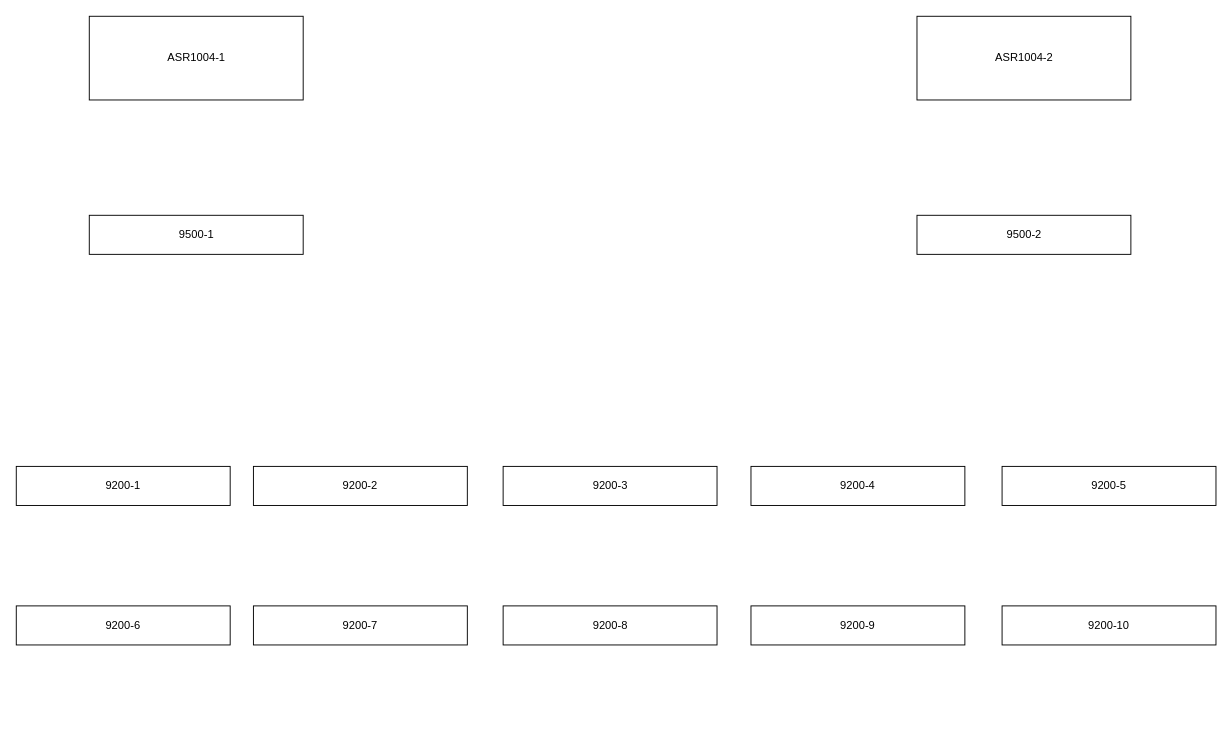
Before: template.drawio in graham-grant/autotop-awx, a draw.io diagram. Source tidied: cells renumbered, new cells numbered last; positions are measured from the earlier drawing's top-left corner, leaving out a move shared by most shapes. Both pictures are drawn from the tidied source at 93%, with x=0, y=0 at pixel (16, 16).
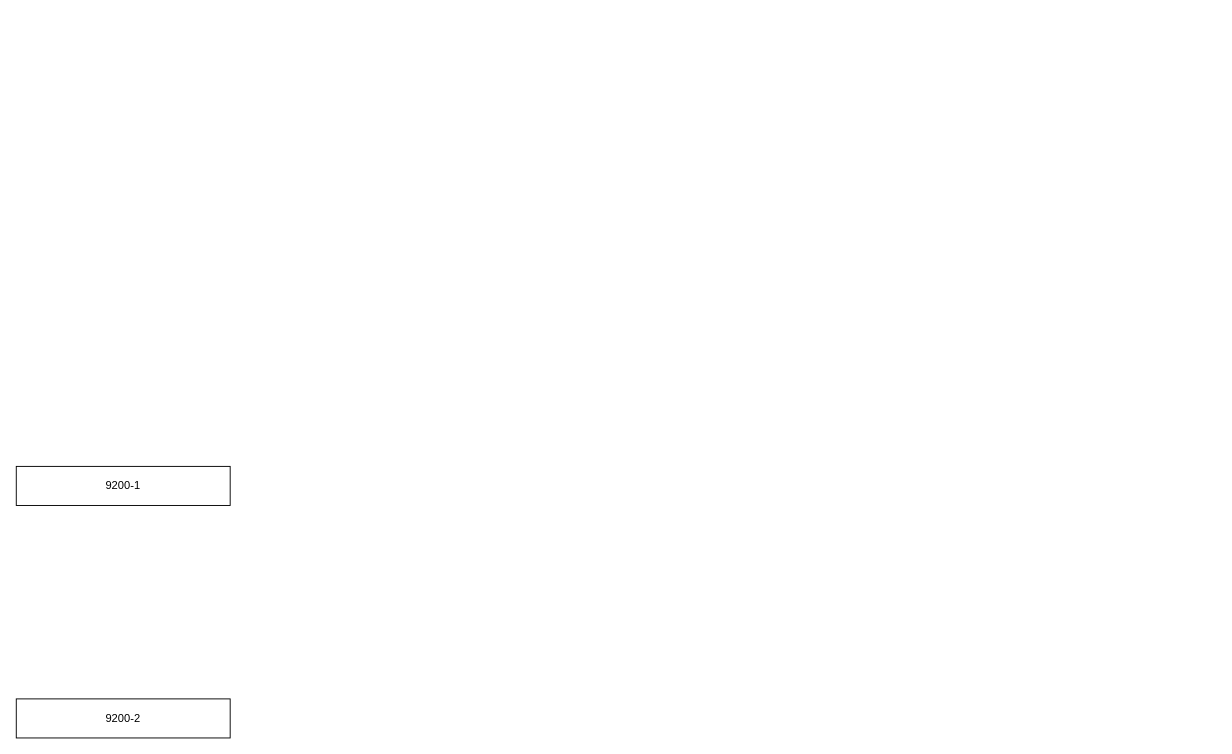
Above is the later version.

Diff of the diagram source:
```diff
@@
 <mxGraphModel>
   <root>
     <mxCell id="0" />
     <mxCell id="1" parent="0" />
     <mxCell id="2" value="9200-1" style="rounded=0;whiteSpace=wrap;html=1;" parent="1" vertex="1">
       <mxGeometry y="484" width="230" height="42" as="geometry" />
     </mxCell>
-    <mxCell id="3" value="9200-10" style="rounded=0;whiteSpace=wrap;html=1;" parent="1" vertex="1">
-      <mxGeometry x="1060" y="634" width="230" height="42" as="geometry" />
-    </mxCell>
     <mxCell id="4" value="9200-2" style="rounded=0;whiteSpace=wrap;html=1;" parent="1" vertex="1">
-      <mxGeometry x="255" y="484" width="230" height="42" as="geometry" />
+      <mxGeometry y="734" width="230" height="42" as="geometry" />
     </mxCell>
-    <mxCell id="5" value="9200-3" style="rounded=0;whiteSpace=wrap;html=1;" parent="1" vertex="1">
-      <mxGeometry x="523.5" y="484" width="230" height="42" as="geometry" />
-    </mxCell>
-    <mxCell id="6" value="9200-4" style="rounded=0;whiteSpace=wrap;html=1;" parent="1" vertex="1">
-      <mxGeometry x="790" y="484" width="230" height="42" as="geometry" />
-    </mxCell>
-    <mxCell id="7" value="9200-5" style="rounded=0;whiteSpace=wrap;html=1;" parent="1" vertex="1">
-      <mxGeometry x="1060" y="484" width="230" height="42" as="geometry" />
-    </mxCell>
-    <mxCell id="8" value="9200-6" style="rounded=0;whiteSpace=wrap;html=1;" parent="1" vertex="1">
-      <mxGeometry y="634" width="230" height="42" as="geometry" />
-    </mxCell>
-    <mxCell id="9" value="9200-7" style="rounded=0;whiteSpace=wrap;html=1;" parent="1" vertex="1">
-      <mxGeometry x="255" y="634" width="230" height="42" as="geometry" />
-    </mxCell>
-    <mxCell id="10" value="9200-8" style="rounded=0;whiteSpace=wrap;html=1;" parent="1" vertex="1">
-      <mxGeometry x="523.5" y="634" width="230" height="42" as="geometry" />
-    </mxCell>
-    <mxCell id="11" value="9200-9" style="rounded=0;whiteSpace=wrap;html=1;" parent="1" vertex="1">
-      <mxGeometry x="790" y="634" width="230" height="42" as="geometry" />
-    </mxCell>
-    <mxCell id="12" value="9500-1" style="rounded=0;whiteSpace=wrap;html=1;" parent="1" vertex="1">
-      <mxGeometry x="78.5" y="214" width="230" height="42" as="geometry" />
-    </mxCell>
-    <mxCell id="13" value="9500-2" style="rounded=0;whiteSpace=wrap;html=1;" parent="1" vertex="1">
-      <mxGeometry x="968.5" y="214" width="230" height="42" as="geometry" />
-    </mxCell>
-    <mxCell id="14" value="ASR1004-1" style="rounded=0;whiteSpace=wrap;html=1;" parent="1" vertex="1">
-      <mxGeometry x="78.5" width="230" height="90" as="geometry" />
-    </mxCell>
-    <mxCell id="15" value="ASR1004-2" style="rounded=0;whiteSpace=wrap;html=1;" parent="1" vertex="1">
-      <mxGeometry x="968.5" width="230" height="90" as="geometry" />
-    </mxCell>
   </root>
 </mxGraphModel>
```
